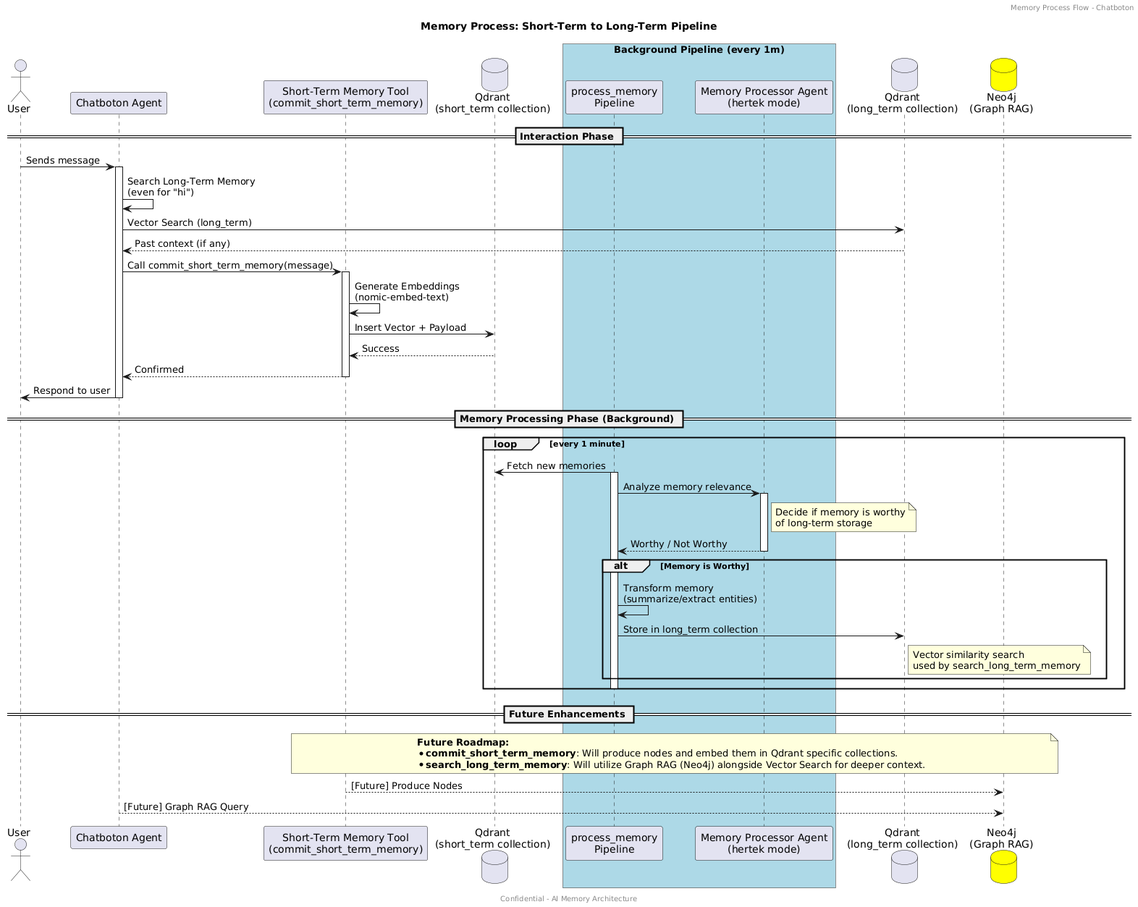
The PlantUML diagram docs/memory_process.png in Ulumanshu/chatboton, before a commit. Source of this version:
```plantuml
@startuml
header Memory Process Flow - Chatboton
footer Confidential - AI Memory Architecture

title Memory Process: Short-Term to Long-Term Pipeline

actor User
participant "Chatboton Agent" as Agent
participant "Short-Term Memory Tool\n(commit_short_term_memory)" as STTool
database "Qdrant\n(short_term collection)" as STDB

box "Background Pipeline (every 1m)" #LightBlue
    participant "process_memory\nPipeline" as Pipeline
    participant "Memory Processor Agent\n(hertek mode)" as Processor
end box

database "Qdrant\n(long_term collection)" as LTDB
database "Neo4j\n(Graph RAG)" as GraphDB #Yellow

== Interaction Phase ==

User -> Agent: Sends message
activate Agent
Agent -> Agent: Search Long-Term Memory\n(even for "hi")
Agent -> LTDB: Vector Search (long_term)
LTDB --> Agent: Past context (if any)

Agent -> STTool: Call commit_short_term_memory(message)
activate STTool
STTool -> STTool: Generate Embeddings\n(nomic-embed-text)
STTool -> STDB: Insert Vector + Payload
STDB --> STTool: Success
STTool --> Agent: Confirmed
deactivate STTool
Agent -> User: Respond to user
deactivate Agent

== Memory Processing Phase (Background) ==

loop every 1 minute
    Pipeline -> STDB: Fetch new memories
    activate Pipeline
    Pipeline -> Processor: Analyze memory relevance
    activate Processor
    note right of Processor: Decide if memory is worthy\nof long-term storage
    Processor --> Pipeline: Worthy / Not Worthy
    deactivate Processor

    alt Memory is Worthy
        Pipeline -> Pipeline: Transform memory\n(summarize/extract entities)
        Pipeline -> LTDB: Store in long_term collection
        note right of LTDB: Vector similarity search\nused by search_long_term_memory
    end
    deactivate Pipeline
end

== Future Enhancements ==

note over STTool, GraphDB
  **Future Roadmap:**
  * **commit_short_term_memory**: Will produce nodes and embed them in Qdrant specific collections.
  * **search_long_term_memory**: Will utilize Graph RAG (Neo4j) alongside Vector Search for deeper context.
end note

STTool -[dashed]-> GraphDB : [Future] Produce Nodes
Agent -[dashed]-> GraphDB : [Future] Graph RAG Query
@enduml
```
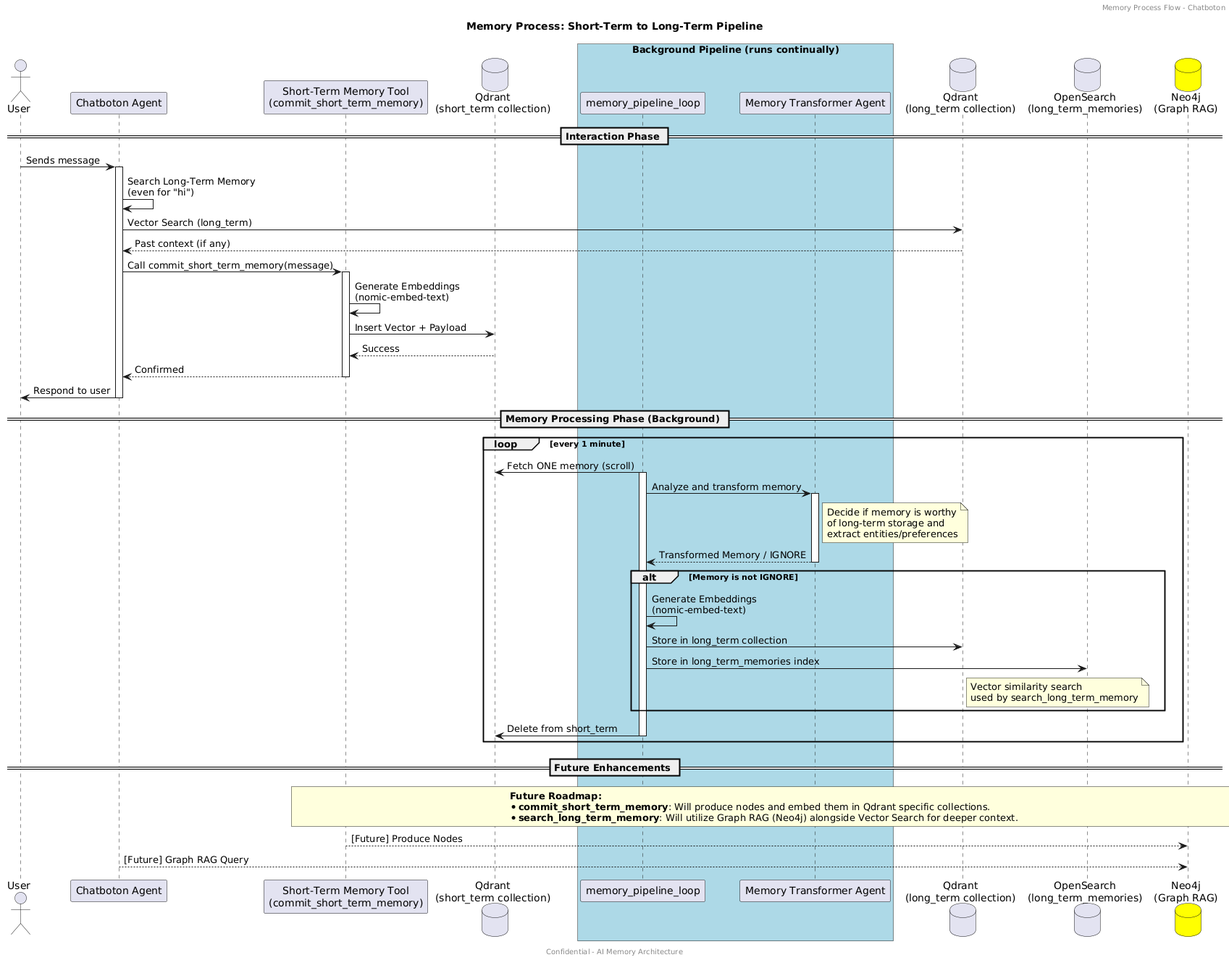
After the change.

Commit message:
chore: add full memory loop

What changed in the source:
```diff
@@ -9,12 +9,13 @@
 participant "Short-Term Memory Tool\n(commit_short_term_memory)" as STTool
 database "Qdrant\n(short_term collection)" as STDB
 
-box "Background Pipeline (every 1m)" #LightBlue
-    participant "process_memory\nPipeline" as Pipeline
-    participant "Memory Processor Agent\n(hertek mode)" as Processor
+box "Background Pipeline (runs continually)" #LightBlue
+    participant "memory_pipeline_loop" as Pipeline
+    participant "Memory Transformer Agent" as Processor
 end box
 
 database "Qdrant\n(long_term collection)" as LTDB
+database "OpenSearch\n(long_term_memories)" as OSDN
 database "Neo4j\n(Graph RAG)" as GraphDB #Yellow
 
 == Interaction Phase ==
@@ -38,19 +39,21 @@
 == Memory Processing Phase (Background) ==
 
 loop every 1 minute
-    Pipeline -> STDB: Fetch new memories
+    Pipeline -> STDB: Fetch ONE memory (scroll)
     activate Pipeline
-    Pipeline -> Processor: Analyze memory relevance
+    Pipeline -> Processor: Analyze and transform memory
     activate Processor
-    note right of Processor: Decide if memory is worthy\nof long-term storage
-    Processor --> Pipeline: Worthy / Not Worthy
+    note right of Processor: Decide if memory is worthy\nof long-term storage and\nextract entities/preferences
+    Processor --> Pipeline: Transformed Memory / IGNORE
     deactivate Processor
 
-    alt Memory is Worthy
-        Pipeline -> Pipeline: Transform memory\n(summarize/extract entities)
+    alt Memory is not IGNORE
+        Pipeline -> Pipeline: Generate Embeddings\n(nomic-embed-text)
         Pipeline -> LTDB: Store in long_term collection
+        Pipeline -> OSDN: Store in long_term_memories index
         note right of LTDB: Vector similarity search\nused by search_long_term_memory
     end
+    Pipeline -> STDB: Delete from short_term
     deactivate Pipeline
 end
 
```
